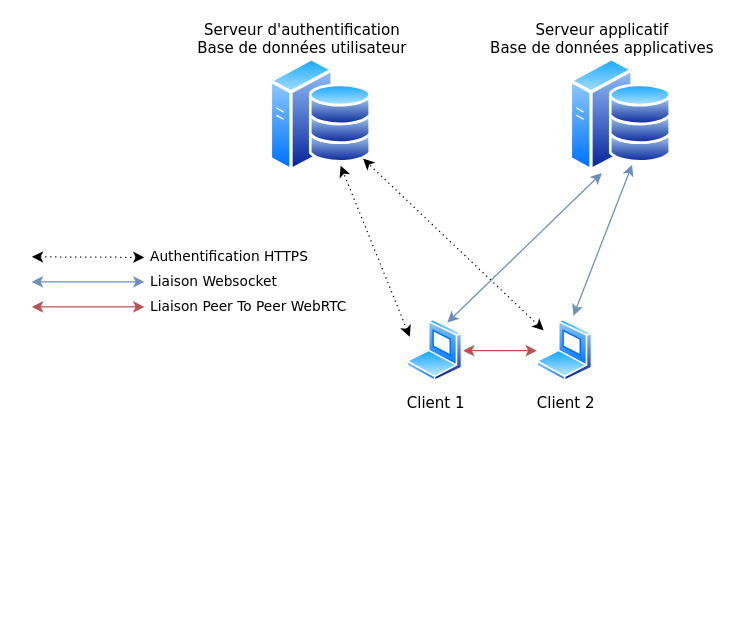
Before: page "ArchiRéseaux" (6 of 10) of schéma/ArchiReseau.drawio in stephannicolas96/dossierPro, a draw.io diagram. Source tidied: cells renumbered, new cells numbered last; positions are measured from the earlier drawing's top-left corner, leaving out a move shared by most shapes. Both pictures are drawn from the tidied source at 125%, with x=0, y=0 at pixel (31, 56).
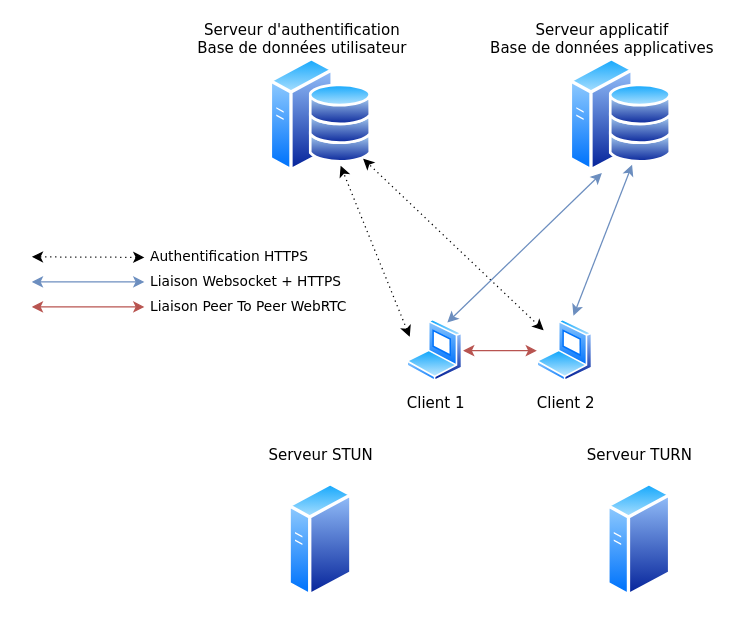
The same page after the edit.

What changed in the source:
```diff
@@
-    <mxCell id="10" value="Liaison Websocket" style="endArrow=classic;startArrow=classic;html=1;rounded=0;fontFamily=Verdana;align=left;spacing=0;spacingRight=0;spacingLeft=50;fillColor=#dae8fc;strokeColor=#6c8ebf;" parent="1" edge="1">
+    <mxCell id="10" value="Liaison Websocket + HTTPS" style="endArrow=classic;startArrow=classic;html=1;rounded=0;fontFamily=Verdana;align=left;spacing=0;spacingRight=0;spacingLeft=50;fillColor=#dae8fc;strokeColor=#6c8ebf;" parent="1" edge="1">
       <mxGeometry relative="1" as="geometry">
         <mxPoint x="90" y="180" as="sourcePoint" />
         <mxPoint y="180" as="targetPoint" />
       </mxGeometry>
     </mxCell>
@@
+    <mxCell id="24" value="Serveur STUN" style="perimeter=ellipsePerimeter;html=1;align=center;shadow=0;dashed=0;spacingTop=-128;image;image=img/lib/active_directory/generic_server.svg;fontFamily=Verdana;spacingRight=0;" parent="1" vertex="1">
+      <mxGeometry x="205" y="340" width="52" height="92.8" as="geometry" />
+    </mxCell>
+    <mxCell id="25" value="Serveur TURN" style="perimeter=ellipsePerimeter;html=1;align=center;shadow=0;dashed=0;spacingTop=-128;image;image=img/lib/active_directory/generic_server.svg;fontFamily=Verdana;spacingRight=0;" parent="1" vertex="1">
+      <mxGeometry x="460" y="340" width="52" height="92.8" as="geometry" />
+    </mxCell>
```
